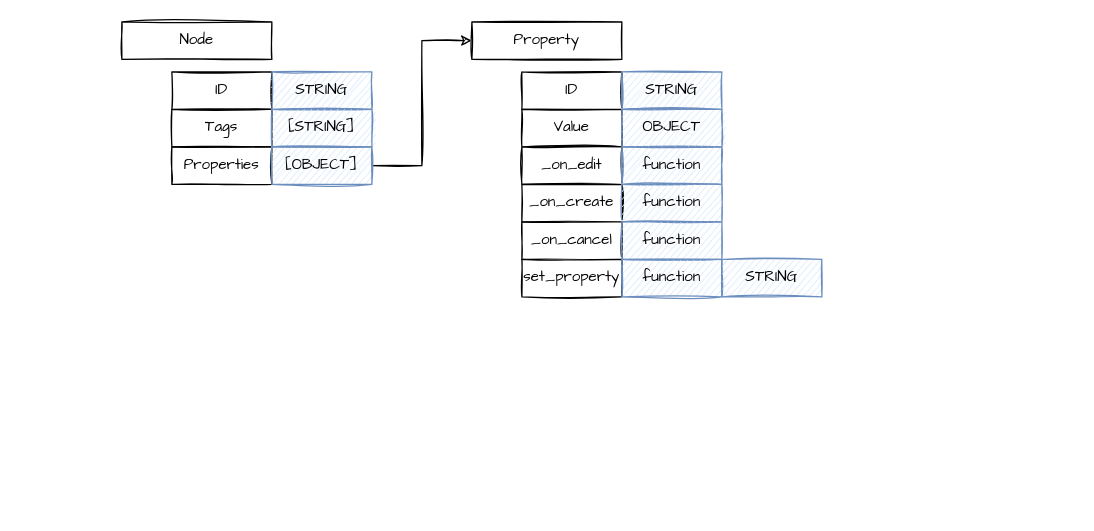
The draw.io diagram empire/Untitled Diagram.drawio in empire-ai/EmpireNode, before the edit. Source tidied: cells renumbered, new cells numbered last; positions are measured from the earlier drawing's top-left corner, leaving out a move shared by most shapes. Both pictures are drawn from the tidied source at 125%, with x=0, y=0 at pixel (121, 21).
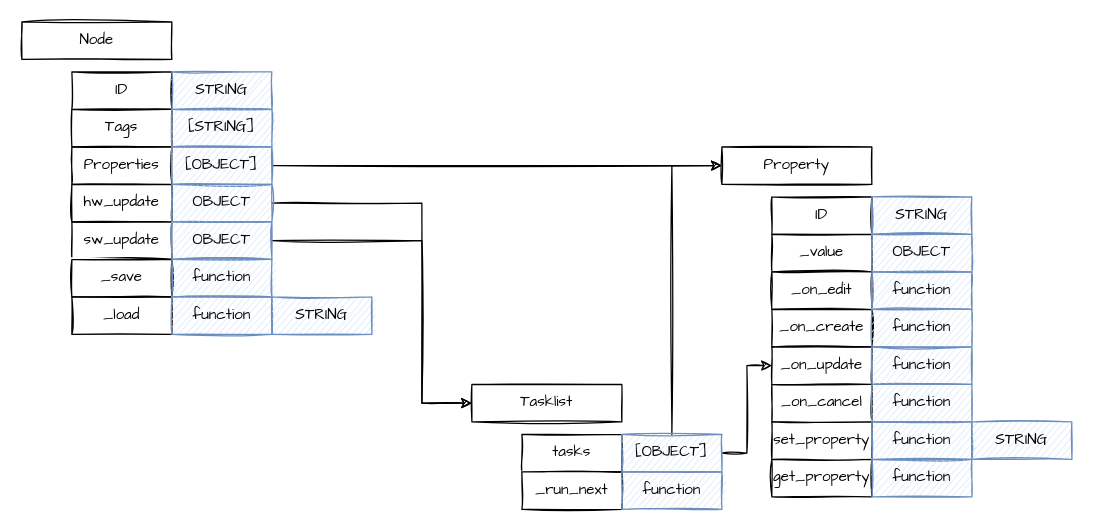
Above is the later version.

What changed in the source:
```diff
@@
     <mxCell id="2" value="Node" style="rounded=0;whiteSpace=wrap;html=1;sketch=1;fontFamily=Architects Daughter;" parent="1" vertex="1">
-      <mxGeometry width="120" height="30" as="geometry" />
+      <mxGeometry x="-80" width="120" height="30" as="geometry" />
     </mxCell>
     <mxCell id="3" value="ID" style="rounded=0;whiteSpace=wrap;html=1;sketch=1;fontFamily=Architects Daughter;" parent="1" vertex="1">
-      <mxGeometry x="40" y="40" width="80" height="30" as="geometry" />
+      <mxGeometry x="-40" y="40" width="80" height="30" as="geometry" />
     </mxCell>
     <mxCell id="4" value="Tags" style="rounded=0;whiteSpace=wrap;html=1;sketch=1;fontFamily=Architects Daughter;" parent="1" vertex="1">
-      <mxGeometry x="40" y="70" width="80" height="30" as="geometry" />
+      <mxGeometry x="-40" y="70" width="80" height="30" as="geometry" />
     </mxCell>
     <mxCell id="5" value="Properties" style="rounded=0;whiteSpace=wrap;html=1;sketch=1;fontFamily=Architects Daughter;" parent="1" vertex="1">
-      <mxGeometry x="40" y="100" width="80" height="30" as="geometry" />
+      <mxGeometry x="-40" y="100" width="80" height="30" as="geometry" />
     </mxCell>
     <mxCell id="6" value="STRING" style="rounded=0;whiteSpace=wrap;html=1;sketch=1;fontFamily=Architects Daughter;fillColor=#dae8fc;strokeColor=#6c8ebf;" parent="1" vertex="1">
-      <mxGeometry x="120" y="40" width="80" height="30" as="geometry" />
+      <mxGeometry x="40" y="40" width="80" height="30" as="geometry" />
     </mxCell>
     <mxCell id="7" value="[STRING]" style="rounded=0;whiteSpace=wrap;html=1;sketch=1;fontFamily=Architects Daughter;fillColor=#dae8fc;strokeColor=#6c8ebf;" parent="1" vertex="1">
-      <mxGeometry x="120" y="70" width="80" height="30" as="geometry" />
+      <mxGeometry x="40" y="70" width="80" height="30" as="geometry" />
     </mxCell>
@@
     <mxCell id="9" value="[OBJECT]" style="rounded=0;whiteSpace=wrap;html=1;sketch=1;fontFamily=Architects Daughter;fillColor=#dae8fc;strokeColor=#6c8ebf;" parent="1" vertex="1">
-      <mxGeometry x="120" y="100" width="80" height="30" as="geometry" />
+      <mxGeometry x="40" y="100" width="80" height="30" as="geometry" />
     </mxCell>
     <mxCell id="10" value="Property" style="rounded=0;whiteSpace=wrap;html=1;sketch=1;fontFamily=Architects Daughter;" parent="1" vertex="1">
-      <mxGeometry x="280" width="120" height="30" as="geometry" />
+      <mxGeometry x="480" y="100" width="120" height="30" as="geometry" />
     </mxCell>
     <mxCell id="11" value="ID" style="rounded=0;whiteSpace=wrap;html=1;sketch=1;fontFamily=Architects Daughter;" parent="1" vertex="1">
-      <mxGeometry x="320" y="40" width="80" height="30" as="geometry" />
+      <mxGeometry x="520" y="140" width="80" height="30" as="geometry" />
     </mxCell>
-    <mxCell id="12" value="Value" style="rounded=0;whiteSpace=wrap;html=1;sketch=1;fontFamily=Architects Daughter;" parent="1" vertex="1">
-      <mxGeometry x="320" y="70" width="80" height="30" as="geometry" />
+    <mxCell id="12" value="_value" style="rounded=0;whiteSpace=wrap;html=1;sketch=1;fontFamily=Architects Daughter;" parent="1" vertex="1">
+      <mxGeometry x="520" y="170" width="80" height="30" as="geometry" />
     </mxCell>
     <mxCell id="13" value="STRING" style="rounded=0;whiteSpace=wrap;html=1;sketch=1;fontFamily=Architects Daughter;fillColor=#dae8fc;strokeColor=#6c8ebf;" parent="1" vertex="1">
-      <mxGeometry x="400" y="40" width="80" height="30" as="geometry" />
+      <mxGeometry x="600" y="140" width="80" height="30" as="geometry" />
     </mxCell>
     <mxCell id="14" value="OBJECT" style="rounded=0;whiteSpace=wrap;html=1;sketch=1;fontFamily=Architects Daughter;fillColor=#dae8fc;strokeColor=#6c8ebf;" parent="1" vertex="1">
-      <mxGeometry x="400" y="70" width="80" height="30" as="geometry" />
+      <mxGeometry x="600" y="170" width="80" height="30" as="geometry" />
     </mxCell>
     <mxCell id="15" value="_on_edit" style="rounded=0;whiteSpace=wrap;html=1;sketch=1;fontFamily=Architects Daughter;" parent="1" vertex="1">
-      <mxGeometry x="320" y="100" width="80" height="30" as="geometry" />
+      <mxGeometry x="520" y="200" width="80" height="30" as="geometry" />
     </mxCell>
     <mxCell id="16" value="function" style="rounded=0;whiteSpace=wrap;html=1;sketch=1;fontFamily=Architects Daughter;fillColor=#dae8fc;strokeColor=#6c8ebf;" parent="1" vertex="1">
-      <mxGeometry x="400" y="100" width="80" height="30" as="geometry" />
+      <mxGeometry x="600" y="200" width="80" height="30" as="geometry" />
     </mxCell>
     <mxCell id="17" value="_on_create" style="rounded=0;whiteSpace=wrap;html=1;sketch=1;fontFamily=Architects Daughter;" parent="1" vertex="1">
-      <mxGeometry x="320" y="130" width="80" height="30" as="geometry" />
+      <mxGeometry x="520" y="230" width="80" height="30" as="geometry" />
     </mxCell>
     <mxCell id="18" value="function" style="rounded=0;whiteSpace=wrap;html=1;sketch=1;fontFamily=Architects Daughter;fillColor=#dae8fc;strokeColor=#6c8ebf;" parent="1" vertex="1">
-      <mxGeometry x="400" y="130" width="80" height="30" as="geometry" />
+      <mxGeometry x="600" y="230" width="80" height="30" as="geometry" />
     </mxCell>
     <mxCell id="19" value="_on_cancel" style="rounded=0;whiteSpace=wrap;html=1;sketch=1;fontFamily=Architects Daughter;" parent="1" vertex="1">
-      <mxGeometry x="320" y="160" width="80" height="30" as="geometry" />
+      <mxGeometry x="520" y="290" width="80" height="30" as="geometry" />
     </mxCell>
     <mxCell id="20" value="function" style="rounded=0;whiteSpace=wrap;html=1;sketch=1;fontFamily=Architects Daughter;fillColor=#dae8fc;strokeColor=#6c8ebf;" parent="1" vertex="1">
-      <mxGeometry x="400" y="160" width="80" height="30" as="geometry" />
+      <mxGeometry x="600" y="290" width="80" height="30" as="geometry" />
     </mxCell>
     <mxCell id="21" value="set_property" style="rounded=0;whiteSpace=wrap;html=1;sketch=1;fontFamily=Architects Daughter;" parent="1" vertex="1">
-      <mxGeometry x="320" y="190" width="80" height="30" as="geometry" />
+      <mxGeometry x="520" y="320" width="80" height="30" as="geometry" />
     </mxCell>
     <mxCell id="22" value="function" style="rounded=0;whiteSpace=wrap;html=1;sketch=1;fontFamily=Architects Daughter;fillColor=#dae8fc;strokeColor=#6c8ebf;" parent="1" vertex="1">
-      <mxGeometry x="400" y="190" width="80" height="30" as="geometry" />
+      <mxGeometry x="600" y="320" width="80" height="30" as="geometry" />
     </mxCell>
     <mxCell id="23" value="STRING" style="rounded=0;whiteSpace=wrap;html=1;sketch=1;fontFamily=Architects Daughter;fillColor=#dae8fc;strokeColor=#6c8ebf;" parent="1" vertex="1">
-      <mxGeometry x="480" y="190" width="80" height="30" as="geometry" />
+      <mxGeometry x="680" y="320" width="80" height="30" as="geometry" />
     </mxCell>
+    <mxCell id="24" value="get_property" style="rounded=0;whiteSpace=wrap;html=1;sketch=1;fontFamily=Architects Daughter;" parent="1" vertex="1">
+      <mxGeometry x="520" y="350" width="80" height="30" as="geometry" />
+    </mxCell>
+    <mxCell id="25" value="function" style="rounded=0;whiteSpace=wrap;html=1;sketch=1;fontFamily=Architects Daughter;fillColor=#dae8fc;strokeColor=#6c8ebf;" parent="1" vertex="1">
+      <mxGeometry x="600" y="350" width="80" height="30" as="geometry" />
+    </mxCell>
+    <mxCell id="26" value="sw_update" style="rounded=0;whiteSpace=wrap;html=1;sketch=1;fontFamily=Architects Daughter;" parent="1" vertex="1">
+      <mxGeometry x="-40" y="160" width="80" height="30" as="geometry" />
+    </mxCell>
+    <mxCell id="27" value="hw_update" style="rounded=0;whiteSpace=wrap;html=1;sketch=1;fontFamily=Architects Daughter;" parent="1" vertex="1">
+      <mxGeometry x="-40" y="130" width="80" height="30" as="geometry" />
+    </mxCell>
+    <mxCell id="28" style="edgeStyle=orthogonalEdgeStyle;rounded=0;sketch=1;jettySize=auto;html=1;entryX=0;entryY=0.5;entryDx=0;entryDy=0;exitX=1;exitY=0.5;exitDx=0;exitDy=0;" parent="1" edge="1" source="38" target="32">
+      <mxGeometry relative="1" as="geometry">
+        <Array as="points">
+          <mxPoint x="240" y="145" />
+          <mxPoint x="240" y="305" />
+        </Array>
+      </mxGeometry>
+    </mxCell>
+    <mxCell id="29" style="edgeStyle=orthogonalEdgeStyle;rounded=0;sketch=1;jettySize=auto;html=1;entryX=0;entryY=0.5;entryDx=0;entryDy=0;exitX=1;exitY=0.5;exitDx=0;exitDy=0;" parent="1" edge="1" source="37" target="32">
+      <mxGeometry relative="1" as="geometry">
+        <Array as="points">
+          <mxPoint x="240" y="175" />
+          <mxPoint x="240" y="305" />
+        </Array>
+      </mxGeometry>
+    </mxCell>
+    <mxCell id="30" value="_on_update" style="rounded=0;whiteSpace=wrap;html=1;sketch=1;fontFamily=Architects Daughter;" parent="1" vertex="1">
+      <mxGeometry x="520" y="260" width="80" height="30" as="geometry" />
+    </mxCell>
+    <mxCell id="31" value="function" style="rounded=0;whiteSpace=wrap;html=1;sketch=1;fontFamily=Architects Daughter;fillColor=#dae8fc;strokeColor=#6c8ebf;" parent="1" vertex="1">
+      <mxGeometry x="600" y="260" width="80" height="30" as="geometry" />
+    </mxCell>
+    <mxCell id="32" value="Tasklist" style="rounded=0;whiteSpace=wrap;html=1;sketch=1;fontFamily=Architects Daughter;" parent="1" vertex="1">
+      <mxGeometry x="280" y="290" width="120" height="30" as="geometry" />
+    </mxCell>
+    <mxCell id="33" value="tasks" style="rounded=0;whiteSpace=wrap;html=1;sketch=1;fontFamily=Architects Daughter;" parent="1" vertex="1">
+      <mxGeometry x="320" y="330" width="80" height="30" as="geometry" />
+    </mxCell>
+    <mxCell id="34" style="edgeStyle=orthogonalEdgeStyle;rounded=0;sketch=1;jettySize=auto;html=1;entryX=0;entryY=0.5;entryDx=0;entryDy=0;" parent="1" edge="1" source="36" target="30">
+      <mxGeometry relative="1" as="geometry" />
+    </mxCell>
+    <mxCell id="35" style="edgeStyle=orthogonalEdgeStyle;rounded=0;sketch=1;jettySize=auto;html=1;entryX=0;entryY=0.5;entryDx=0;entryDy=0;" parent="1" edge="1" source="36" target="10">
+      <mxGeometry relative="1" as="geometry" />
+    </mxCell>
+    <mxCell id="36" value="[OBJECT]" style="rounded=0;whiteSpace=wrap;html=1;sketch=1;fontFamily=Architects Daughter;fillColor=#dae8fc;strokeColor=#6c8ebf;" parent="1" vertex="1">
+      <mxGeometry x="400" y="330" width="80" height="30" as="geometry" />
+    </mxCell>
+    <mxCell id="37" value="OBJECT" style="rounded=0;whiteSpace=wrap;html=1;sketch=1;fontFamily=Architects Daughter;fillColor=#dae8fc;strokeColor=#6c8ebf;" parent="1" vertex="1">
+      <mxGeometry x="40" y="160" width="80" height="30" as="geometry" />
+    </mxCell>
+    <mxCell id="38" value="OBJECT" style="rounded=0;whiteSpace=wrap;html=1;sketch=1;fontFamily=Architects Daughter;fillColor=#dae8fc;strokeColor=#6c8ebf;" parent="1" vertex="1">
+      <mxGeometry x="40" y="130" width="80" height="30" as="geometry" />
+    </mxCell>
+    <mxCell id="39" value="_run_next" style="rounded=0;whiteSpace=wrap;html=1;sketch=1;fontFamily=Architects Daughter;" parent="1" vertex="1">
+      <mxGeometry x="320" y="360" width="80" height="30" as="geometry" />
+    </mxCell>
+    <mxCell id="40" value="function" style="rounded=0;whiteSpace=wrap;html=1;sketch=1;fontFamily=Architects Daughter;fillColor=#dae8fc;strokeColor=#6c8ebf;" parent="1" vertex="1">
+      <mxGeometry x="400" y="360" width="80" height="30" as="geometry" />
+    </mxCell>
+    <mxCell id="41" value="_save" style="rounded=0;whiteSpace=wrap;html=1;sketch=1;fontFamily=Architects Daughter;" parent="1" vertex="1">
+      <mxGeometry x="-40" y="190" width="80" height="30" as="geometry" />
+    </mxCell>
+    <mxCell id="42" value="_load" style="rounded=0;whiteSpace=wrap;html=1;sketch=1;fontFamily=Architects Daughter;" parent="1" vertex="1">
+      <mxGeometry x="-40" y="220" width="80" height="30" as="geometry" />
+    </mxCell>
+    <mxCell id="43" value="function" style="rounded=0;whiteSpace=wrap;html=1;sketch=1;fontFamily=Architects Daughter;fillColor=#dae8fc;strokeColor=#6c8ebf;" parent="1" vertex="1">
+      <mxGeometry x="40" y="190" width="80" height="30" as="geometry" />
+    </mxCell>
+    <mxCell id="44" value="function" style="rounded=0;whiteSpace=wrap;html=1;sketch=1;fontFamily=Architects Daughter;fillColor=#dae8fc;strokeColor=#6c8ebf;" parent="1" vertex="1">
+      <mxGeometry x="40" y="220" width="80" height="30" as="geometry" />
+    </mxCell>
+    <mxCell id="45" value="STRING" style="rounded=0;whiteSpace=wrap;html=1;sketch=1;fontFamily=Architects Daughter;fillColor=#dae8fc;strokeColor=#6c8ebf;" parent="1" vertex="1">
+      <mxGeometry x="120" y="220" width="80" height="30" as="geometry" />
+    </mxCell>
```
